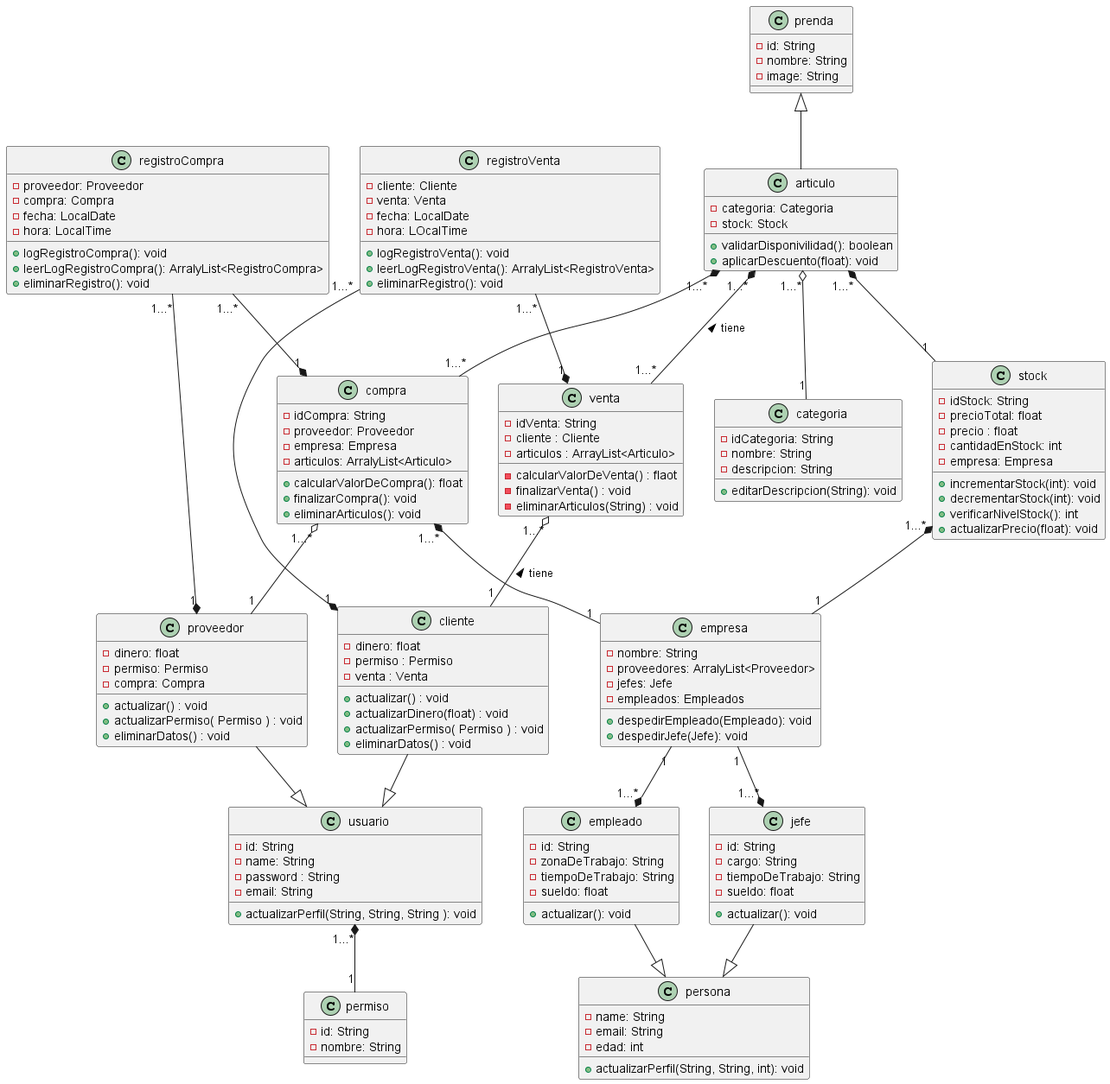
Before: src/UmlMEITOR/UmlMeitor.png, a diagram exported from PlantUML (Bryan4638/MEITOR). Its diagram source:
```plantuml
@startuml
class proveedor {
    - dinero: float
    - permiso: Permiso
    - compra: Compra
    + actualizar() : void
    + actualizarPermiso( Permiso ) : void
    + eliminarDatos() : void
}

class usuario {
    - id: String
    - name: String
    - password : String
    - email: String
    + actualizarPerfil(String, String, String ): void
}

class permiso {
    - id: String
    - nombre: String
}

class cliente {
    - dinero: float
    - permiso : Permiso
    - venta : Venta
    + actualizar() : void
    + actualizarDinero(float) : void
    + actualizarPermiso( Permiso ) : void
    + eliminarDatos() : void
}

class venta{
    - idVenta: String
    - cliente : Cliente
    - articulos : ArrayList<Articulo>
    - calcularValorDeVenta() : flaot
    - finalizarVenta() : void
    - eliminarArticulos(String) : void
}

class compra{
    - idCompra: String
    - proveedor: Proveedor
    - empresa: Empresa
    - articulos: ArralyList<Articulo>
    + calcularValorDeCompra(): float
    + finalizarCompra(): void
    + eliminarArticulos(): void
}

class empresa{
    -nombre: String
    - proveedores: ArralyList<Proveedor>
    - jefes: Jefe
    - empleados: Empleados
    + despedirEmpleado(Empleado): void
    + despedirJefe(Jefe): void
}

class articulo{
    - categoria: Categoria
    - stock: Stock
    + validarDisponivilidad(): boolean
    + aplicarDescuento(float): void
}

class stock{
    -idStock: String
    - precioTotal: float
    - precio : float
    - cantidadEnStock: int
    - empresa: Empresa
    + incrementarStock(int): void
    + decrementarStock(int): void
    + verificarNivelStock(): int
    + actualizarPrecio(float): void
}

class categoria{
    -idCategoria: String
    -nombre: String
    - descripcion: String
    + editarDescripcion(String): void
}

class prenda{
    - id: String
    - nombre: String
    - image: String
}


class registroCompra{
    - proveedor: Proveedor
    - compra: Compra
    - fecha: LocalDate
    - hora: LocalTime
    + logRegistroCompra(): void
    + leerLogRegistroCompra(): ArralyList<RegistroCompra>
    + eliminarRegistro(): void
}

class registroVenta{
    - cliente: Cliente
    - venta: Venta
    - fecha: LocalDate
    - hora: LOcalTime
    + logRegistroVenta(): void
    + leerLogRegistroVenta(): ArralyList<RegistroVenta>
    + eliminarRegistro(): void
}

class persona{
    - name: String
    - email: String
    - edad: int
    + actualizarPerfil(String, String, int): void
}

class jefe{
    -id: String
    -cargo: String
    -tiempoDeTrabajo: String
    -sueldo: float
    + actualizar(): void
}

class empleado{
    -id: String
    -zonaDeTrabajo: String
    -tiempoDeTrabajo: String
    -sueldo: float
    + actualizar(): void
}

venta "1...*" o-- "1" cliente: tiene <
articulo "1...*" *-- "1...*" venta: tiene <

registroCompra "1...*" --* "1" proveedor
registroCompra "1...*" --* "1" compra

registroVenta "1...*" --* "1" venta
registroVenta "1...*" --* "1" cliente

empresa "1" --* "1...*" jefe
empresa "1" --* "1...*" empleado

compra "1...*" o-- "1" proveedor
compra "1...*" *-- "1" empresa
stock "1...*" *-- "1" empresa
articulo "1...*" *-- "1" stock
articulo "1...*" o-- "1" categoria
articulo "1...*" *-- "1...*" compra
usuario "1...*" *-- "1" permiso

cliente --|> usuario
proveedor --|> usuario
prenda <|-- articulo

jefe --|> persona
empleado --|> persona
@enduml
```
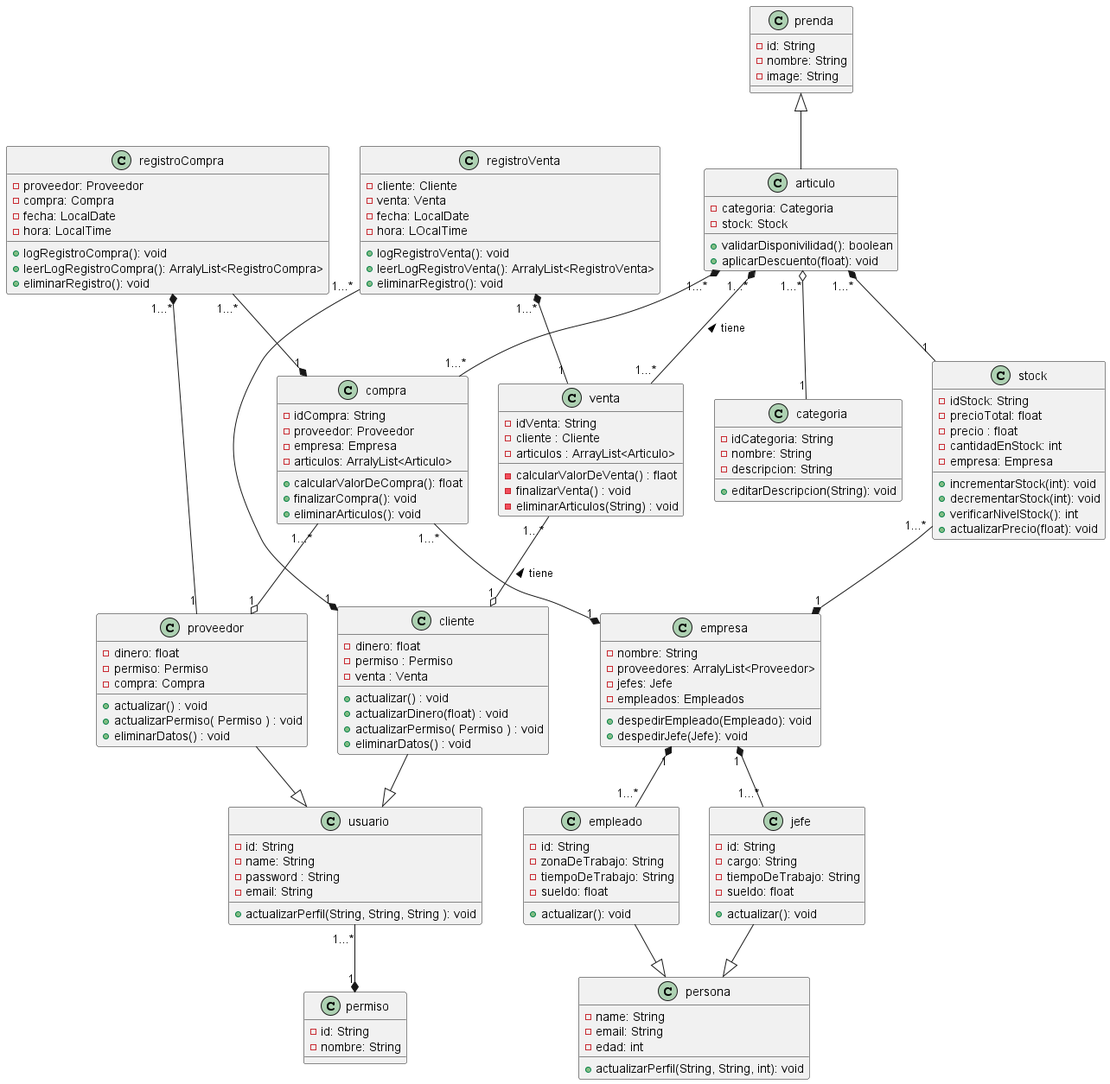
After the commit.

The edit, as a diff of the source:
```diff
@@ -135,25 +135,25 @@
     + actualizar(): void
 }
 
-venta "1...*" o-- "1" cliente: tiene <
+venta "1...*" --o "1" cliente: tiene <
 articulo "1...*" *-- "1...*" venta: tiene <
 
-registroCompra "1...*" --* "1" proveedor
+registroCompra "1...*" *-- "1" proveedor
 registroCompra "1...*" --* "1" compra
 
-registroVenta "1...*" --* "1" venta
+registroVenta "1...*" *-- "1" venta
 registroVenta "1...*" --* "1" cliente
 
-empresa "1" --* "1...*" jefe
-empresa "1" --* "1...*" empleado
+empresa "1" *-- "1...*" jefe
+empresa "1" *-- "1...*" empleado
 
-compra "1...*" o-- "1" proveedor
-compra "1...*" *-- "1" empresa
-stock "1...*" *-- "1" empresa
+compra "1...*" --o "1" proveedor
+compra "1...*" --* "1" empresa
+stock "1...*" --* "1" empresa
 articulo "1...*" *-- "1" stock
 articulo "1...*" o-- "1" categoria
 articulo "1...*" *-- "1...*" compra
-usuario "1...*" *-- "1" permiso
+usuario "1...*" --* "1" permiso
 
 cliente --|> usuario
 proveedor --|> usuario
```
